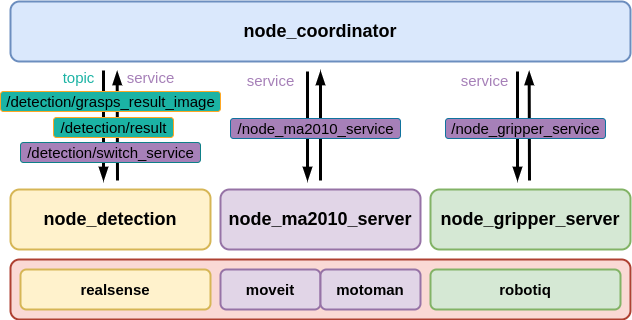
Before: images/architecture.png, a diagram exported from draw.io (ryanreadbooks/motoman_robotiq_grasping). Source tidied: cells renumbered, new cells last; positions are measured from the earlier drawing's top-left corner, leaving out a move shared by most shapes. The source it was exported from:
```xml
<mxGraphModel background="#FFFFFF">
  <root>
    <mxCell id="0" />
    <mxCell id="1" parent="0" />
    <mxCell id="2" style="endArrow=blockThin;html=1;fontSize=15;strokeWidth=3;endFill=1;jumpStyle=none;" parent="1" edge="1">
      <mxGeometry relative="1" as="geometry">
        <mxPoint x="103" y="69" as="sourcePoint" />
        <mxPoint x="103" y="179" as="targetPoint" />
        <Array as="points">
          <mxPoint x="103" y="118" />
        </Array>
      </mxGeometry>
    </mxCell>
    <mxCell id="3" value="node_coordinator" style="rounded=1;whiteSpace=wrap;html=1;strokeWidth=2;fontSize=18;fontStyle=1;fillColor=#dae8fc;strokeColor=#6c8ebf;" parent="1" vertex="1">
      <mxGeometry x="10" width="620" height="60" as="geometry" />
    </mxCell>
    <mxCell id="4" value="node_gripper_server" style="rounded=1;whiteSpace=wrap;html=1;strokeWidth=2;fontSize=18;fontStyle=1;fillColor=#d5e8d4;strokeColor=#82b366;" parent="1" vertex="1">
      <mxGeometry x="430" y="188" width="200" height="60" as="geometry" />
    </mxCell>
    <mxCell id="5" value="node_detection" style="rounded=1;whiteSpace=wrap;html=1;strokeWidth=2;fontSize=18;fontStyle=1;fillColor=#fff2cc;strokeColor=#d6b656;" parent="1" vertex="1">
      <mxGeometry x="10" y="188" width="200" height="60" as="geometry" />
    </mxCell>
    <mxCell id="6" value="node_ma2010_server" style="rounded=1;whiteSpace=wrap;html=1;strokeWidth=2;fontSize=18;fontStyle=1;fillColor=#e1d5e7;strokeColor=#9673a6;" parent="1" vertex="1">
      <mxGeometry x="220" y="188" width="200" height="60" as="geometry" />
    </mxCell>
    <mxCell id="7" style="rounded=1;whiteSpace=wrap;html=1;strokeWidth=2;fontSize=18;fontStyle=1;fillColor=#fad9d5;strokeColor=#ae4132;" parent="1" vertex="1">
      <mxGeometry x="10" y="258" width="620" height="60" as="geometry" />
    </mxCell>
    <mxCell id="8" value="realsense" style="rounded=1;whiteSpace=wrap;html=1;fontSize=15;fontStyle=1;strokeWidth=2;fillColor=#fff2cc;strokeColor=#d6b656;" parent="1" vertex="1">
      <mxGeometry x="20" y="268" width="190" height="40" as="geometry" />
    </mxCell>
    <mxCell id="9" value="moveit" style="rounded=1;whiteSpace=wrap;html=1;fontSize=15;fontStyle=1;strokeWidth=2;fillColor=#e1d5e7;strokeColor=#9673a6;" parent="1" vertex="1">
      <mxGeometry x="220" y="268" width="100" height="40" as="geometry" />
    </mxCell>
    <mxCell id="10" value="motoman" style="rounded=1;whiteSpace=wrap;html=1;fontSize=15;fontStyle=1;strokeWidth=2;fillColor=#e1d5e7;strokeColor=#9673a6;" parent="1" vertex="1">
      <mxGeometry x="320" y="268" width="100" height="40" as="geometry" />
    </mxCell>
    <mxCell id="11" value="robotiq" style="rounded=1;whiteSpace=wrap;html=1;fontSize=15;fontStyle=1;strokeWidth=2;fillColor=#d5e8d4;strokeColor=#82b366;" parent="1" vertex="1">
      <mxGeometry x="430" y="268" width="190" height="40" as="geometry" />
    </mxCell>
    <mxCell id="12" style="endArrow=blockThin;html=1;fontSize=15;strokeWidth=3;endFill=1;" parent="1" edge="1">
      <mxGeometry relative="1" as="geometry">
        <mxPoint x="117" y="179" as="sourcePoint" />
        <mxPoint x="116.7" y="70" as="targetPoint" />
      </mxGeometry>
    </mxCell>
    <mxCell id="13" style="endArrow=blockThin;html=1;fontSize=15;strokeWidth=3;endFill=1;" parent="1" edge="1">
      <mxGeometry relative="1" as="geometry">
        <mxPoint x="320" y="179" as="sourcePoint" />
        <mxPoint x="320" y="70" as="targetPoint" />
      </mxGeometry>
    </mxCell>
    <mxCell id="14" style="endArrow=blockThin;html=1;fontSize=15;strokeWidth=3;endFill=1;" parent="1" edge="1">
      <mxGeometry relative="1" as="geometry">
        <mxPoint x="529" y="179" as="sourcePoint" />
        <mxPoint x="528.7" y="70" as="targetPoint" />
      </mxGeometry>
    </mxCell>
    <mxCell id="15" style="endArrow=blockThin;html=1;fontSize=15;strokeWidth=3;endFill=1;jumpStyle=none;" parent="1" edge="1">
      <mxGeometry relative="1" as="geometry">
        <mxPoint x="307" y="70" as="sourcePoint" />
        <mxPoint x="307" y="179" as="targetPoint" />
      </mxGeometry>
    </mxCell>
    <mxCell id="16" style="endArrow=blockThin;html=1;fontSize=15;strokeWidth=3;endFill=1;jumpStyle=none;" parent="1" edge="1">
      <mxGeometry relative="1" as="geometry">
        <mxPoint x="517" y="70" as="sourcePoint" />
        <mxPoint x="517" y="179" as="targetPoint" />
      </mxGeometry>
    </mxCell>
    <mxCell id="17" value="topic" style="text;html=1;align=center;verticalAlign=middle;strokeColor=none;fillColor=none;fontSize=15;labelBackgroundColor=none;fontColor=#1BB3A4;rounded=1;" parent="1" vertex="1">
      <mxGeometry x="53" y="66" width="50" height="20" as="geometry" />
    </mxCell>
    <mxCell id="18" value="service" style="text;html=1;align=center;verticalAlign=middle;strokeColor=none;fillColor=none;fontSize=15;fontColor=#A680B8;rounded=1;" parent="1" vertex="1">
      <mxGeometry x="240" y="69" width="60" height="20" as="geometry" />
    </mxCell>
    <mxCell id="19" value="service" style="text;html=1;align=center;verticalAlign=middle;strokeColor=none;fillColor=none;fontSize=15;fontColor=#A680B8;rounded=1;" parent="1" vertex="1">
      <mxGeometry x="454" y="69" width="60" height="20" as="geometry" />
    </mxCell>
    <mxCell id="20" value="/node_ma2010_service" style="text;html=1;align=center;verticalAlign=middle;strokeColor=#10739e;fillColor=#A680B8;fontSize=15;gradientColor=none;rounded=1;" parent="1" vertex="1">
      <mxGeometry x="230" y="117" width="170" height="20" as="geometry" />
    </mxCell>
    <mxCell id="21" value="/node_gripper_service" style="text;html=1;align=center;verticalAlign=middle;strokeColor=#10739e;fillColor=#A680B8;fontSize=15;rounded=1;" parent="1" vertex="1">
      <mxGeometry x="445" y="117" width="160" height="20" as="geometry" />
    </mxCell>
    <mxCell id="22" value="/detection/grasps_result_image" style="text;html=1;align=center;verticalAlign=middle;strokeColor=#FFA724;fillColor=#1BB3A4;fontSize=15;rounded=1;" parent="1" vertex="1">
      <mxGeometry y="90" width="220" height="20" as="geometry" />
    </mxCell>
    <mxCell id="23" value="/detection/result" style="text;html=1;align=center;verticalAlign=middle;strokeColor=#FFA724;fillColor=#1BB3A4;fontSize=15;rounded=1;" parent="1" vertex="1">
      <mxGeometry x="53" y="116" width="120" height="20" as="geometry" />
    </mxCell>
    <mxCell id="24" value="/detection/switch_service" style="text;html=1;align=center;verticalAlign=middle;strokeColor=#0E8088;fillColor=#A680B8;fontSize=15;fontColor=#000000;rounded=1;" parent="1" vertex="1">
      <mxGeometry x="20" y="141" width="180" height="20" as="geometry" />
    </mxCell>
    <mxCell id="25" value="service" style="text;html=1;align=center;verticalAlign=middle;strokeColor=none;fillColor=none;fontSize=15;fontColor=#A680B8;rounded=1;" parent="1" vertex="1">
      <mxGeometry x="120" y="66" width="60" height="20" as="geometry" />
    </mxCell>
  </root>
</mxGraphModel>
```
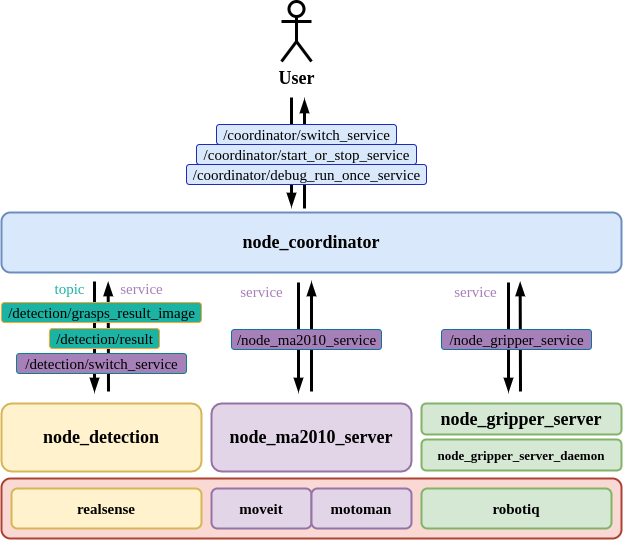
Above is the later version.

What changed in the source:
```diff
@@ -2,7 +2,19 @@
   <root>
     <mxCell id="0" />
     <mxCell id="1" parent="0" />
+    <mxCell id="26" style="endArrow=blockThin;html=1;fontSize=15;strokeWidth=3;endFill=1;fontFamily=Times New Roman;" parent="1" edge="1">
+      <mxGeometry relative="1" as="geometry">
+        <mxPoint x="313" y="-4" as="sourcePoint" />
+        <mxPoint x="313" y="-113" as="targetPoint" />
+      </mxGeometry>
+    </mxCell>
+    <mxCell id="27" style="endArrow=blockThin;html=1;fontSize=15;strokeWidth=3;endFill=1;jumpStyle=none;fontFamily=Times New Roman;" parent="1" edge="1">
+      <mxGeometry relative="1" as="geometry">
+        <mxPoint x="300" y="-115" as="sourcePoint" />
+        <mxPoint x="300" y="-6" as="targetPoint" />
+      </mxGeometry>
+    </mxCell>
-    <mxCell id="2" style="endArrow=blockThin;html=1;fontSize=15;strokeWidth=3;endFill=1;jumpStyle=none;" parent="1" edge="1">
+    <mxCell id="2" style="endArrow=blockThin;html=1;fontSize=15;strokeWidth=3;endFill=1;jumpStyle=none;fontFamily=Times New Roman;" parent="1" edge="1">
       <mxGeometry relative="1" as="geometry">
         <mxPoint x="103" y="69" as="sourcePoint" />
         <mxPoint x="103" y="179" as="targetPoint" />
@@ -11,89 +23,104 @@
         </Array>
       </mxGeometry>
     </mxCell>
-    <mxCell id="3" value="node_coordinator" style="rounded=1;whiteSpace=wrap;html=1;strokeWidth=2;fontSize=18;fontStyle=1;fillColor=#dae8fc;strokeColor=#6c8ebf;" parent="1" vertex="1">
+    <mxCell id="3" value="node_coordinator" style="rounded=1;whiteSpace=wrap;html=1;strokeWidth=2;fontSize=18;fontStyle=1;fillColor=#dae8fc;strokeColor=#6c8ebf;fontFamily=Times New Roman;" parent="1" vertex="1">
       <mxGeometry x="10" width="620" height="60" as="geometry" />
     </mxCell>
-    <mxCell id="4" value="node_gripper_server" style="rounded=1;whiteSpace=wrap;html=1;strokeWidth=2;fontSize=18;fontStyle=1;fillColor=#d5e8d4;strokeColor=#82b366;" parent="1" vertex="1">
-      <mxGeometry x="430" y="188" width="200" height="60" as="geometry" />
+    <mxCell id="4" value="node_gripper_server" style="rounded=1;whiteSpace=wrap;html=1;strokeWidth=2;fontSize=18;fontStyle=1;fillColor=#d5e8d4;strokeColor=#82b366;fontFamily=Times New Roman;" parent="1" vertex="1">
+      <mxGeometry x="430" y="191" width="200" height="31" as="geometry" />
     </mxCell>
-    <mxCell id="5" value="node_detection" style="rounded=1;whiteSpace=wrap;html=1;strokeWidth=2;fontSize=18;fontStyle=1;fillColor=#fff2cc;strokeColor=#d6b656;" parent="1" vertex="1">
-      <mxGeometry x="10" y="188" width="200" height="60" as="geometry" />
+    <mxCell id="5" value="node_detection" style="rounded=1;whiteSpace=wrap;html=1;strokeWidth=2;fontSize=18;fontStyle=1;fillColor=#fff2cc;strokeColor=#d6b656;fontFamily=Times New Roman;" parent="1" vertex="1">
+      <mxGeometry x="10" y="191" width="200" height="68" as="geometry" />
     </mxCell>
-    <mxCell id="6" value="node_ma2010_server" style="rounded=1;whiteSpace=wrap;html=1;strokeWidth=2;fontSize=18;fontStyle=1;fillColor=#e1d5e7;strokeColor=#9673a6;" parent="1" vertex="1">
-      <mxGeometry x="220" y="188" width="200" height="60" as="geometry" />
+    <mxCell id="6" value="node_ma2010_server" style="rounded=1;whiteSpace=wrap;html=1;strokeWidth=2;fontSize=18;fontStyle=1;fillColor=#e1d5e7;strokeColor=#9673a6;fontFamily=Times New Roman;" parent="1" vertex="1">
+      <mxGeometry x="220" y="191" width="200" height="68" as="geometry" />
     </mxCell>
-    <mxCell id="7" style="rounded=1;whiteSpace=wrap;html=1;strokeWidth=2;fontSize=18;fontStyle=1;fillColor=#fad9d5;strokeColor=#ae4132;" parent="1" vertex="1">
-      <mxGeometry x="10" y="258" width="620" height="60" as="geometry" />
+    <mxCell id="7" style="rounded=1;whiteSpace=wrap;html=1;strokeWidth=2;fontSize=18;fontStyle=1;fillColor=#fad9d5;strokeColor=#ae4132;fontFamily=Times New Roman;" parent="1" vertex="1">
+      <mxGeometry x="10" y="266" width="620" height="60" as="geometry" />
     </mxCell>
-    <mxCell id="8" value="realsense" style="rounded=1;whiteSpace=wrap;html=1;fontSize=15;fontStyle=1;strokeWidth=2;fillColor=#fff2cc;strokeColor=#d6b656;" parent="1" vertex="1">
-      <mxGeometry x="20" y="268" width="190" height="40" as="geometry" />
+    <mxCell id="8" value="realsense" style="rounded=1;whiteSpace=wrap;html=1;fontSize=15;fontStyle=1;strokeWidth=2;fillColor=#fff2cc;strokeColor=#d6b656;fontFamily=Times New Roman;" parent="1" vertex="1">
+      <mxGeometry x="20" y="276" width="190" height="40" as="geometry" />
     </mxCell>
-    <mxCell id="9" value="moveit" style="rounded=1;whiteSpace=wrap;html=1;fontSize=15;fontStyle=1;strokeWidth=2;fillColor=#e1d5e7;strokeColor=#9673a6;" parent="1" vertex="1">
-      <mxGeometry x="220" y="268" width="100" height="40" as="geometry" />
+    <mxCell id="9" value="moveit" style="rounded=1;whiteSpace=wrap;html=1;fontSize=15;fontStyle=1;strokeWidth=2;fillColor=#e1d5e7;strokeColor=#9673a6;fontFamily=Times New Roman;" parent="1" vertex="1">
+      <mxGeometry x="220" y="276" width="100" height="40" as="geometry" />
     </mxCell>
-    <mxCell id="10" value="motoman" style="rounded=1;whiteSpace=wrap;html=1;fontSize=15;fontStyle=1;strokeWidth=2;fillColor=#e1d5e7;strokeColor=#9673a6;" parent="1" vertex="1">
-      <mxGeometry x="320" y="268" width="100" height="40" as="geometry" />
+    <mxCell id="10" value="motoman" style="rounded=1;whiteSpace=wrap;html=1;fontSize=15;fontStyle=1;strokeWidth=2;fillColor=#e1d5e7;strokeColor=#9673a6;fontFamily=Times New Roman;" parent="1" vertex="1">
+      <mxGeometry x="320" y="276" width="100" height="40" as="geometry" />
     </mxCell>
-    <mxCell id="11" value="robotiq" style="rounded=1;whiteSpace=wrap;html=1;fontSize=15;fontStyle=1;strokeWidth=2;fillColor=#d5e8d4;strokeColor=#82b366;" parent="1" vertex="1">
-      <mxGeometry x="430" y="268" width="190" height="40" as="geometry" />
+    <mxCell id="11" value="robotiq" style="rounded=1;whiteSpace=wrap;html=1;fontSize=15;fontStyle=1;strokeWidth=2;fillColor=#d5e8d4;strokeColor=#82b366;fontFamily=Times New Roman;" parent="1" vertex="1">
+      <mxGeometry x="430" y="276" width="190" height="40" as="geometry" />
     </mxCell>
-    <mxCell id="12" style="endArrow=blockThin;html=1;fontSize=15;strokeWidth=3;endFill=1;" parent="1" edge="1">
+    <mxCell id="12" style="endArrow=blockThin;html=1;fontSize=15;strokeWidth=3;endFill=1;fontFamily=Times New Roman;" parent="1" edge="1">
       <mxGeometry relative="1" as="geometry">
         <mxPoint x="117" y="179" as="sourcePoint" />
         <mxPoint x="116.7" y="70" as="targetPoint" />
       </mxGeometry>
     </mxCell>
-    <mxCell id="13" style="endArrow=blockThin;html=1;fontSize=15;strokeWidth=3;endFill=1;" parent="1" edge="1">
+    <mxCell id="13" style="endArrow=blockThin;html=1;fontSize=15;strokeWidth=3;endFill=1;fontFamily=Times New Roman;" parent="1" edge="1">
       <mxGeometry relative="1" as="geometry">
         <mxPoint x="320" y="179" as="sourcePoint" />
         <mxPoint x="320" y="70" as="targetPoint" />
       </mxGeometry>
     </mxCell>
-    <mxCell id="14" style="endArrow=blockThin;html=1;fontSize=15;strokeWidth=3;endFill=1;" parent="1" edge="1">
+    <mxCell id="14" style="endArrow=blockThin;html=1;fontSize=15;strokeWidth=3;endFill=1;fontFamily=Times New Roman;" parent="1" edge="1">
       <mxGeometry relative="1" as="geometry">
         <mxPoint x="529" y="179" as="sourcePoint" />
         <mxPoint x="528.7" y="70" as="targetPoint" />
       </mxGeometry>
     </mxCell>
-    <mxCell id="15" style="endArrow=blockThin;html=1;fontSize=15;strokeWidth=3;endFill=1;jumpStyle=none;" parent="1" edge="1">
+    <mxCell id="15" style="endArrow=blockThin;html=1;fontSize=15;strokeWidth=3;endFill=1;jumpStyle=none;fontFamily=Times New Roman;" parent="1" edge="1">
       <mxGeometry relative="1" as="geometry">
         <mxPoint x="307" y="70" as="sourcePoint" />
         <mxPoint x="307" y="179" as="targetPoint" />
       </mxGeometry>
     </mxCell>
-    <mxCell id="16" style="endArrow=blockThin;html=1;fontSize=15;strokeWidth=3;endFill=1;jumpStyle=none;" parent="1" edge="1">
+    <mxCell id="16" style="endArrow=blockThin;html=1;fontSize=15;strokeWidth=3;endFill=1;jumpStyle=none;fontFamily=Times New Roman;" parent="1" edge="1">
       <mxGeometry relative="1" as="geometry">
         <mxPoint x="517" y="70" as="sourcePoint" />
         <mxPoint x="517" y="179" as="targetPoint" />
       </mxGeometry>
     </mxCell>
-    <mxCell id="17" value="topic" style="text;html=1;align=center;verticalAlign=middle;strokeColor=none;fillColor=none;fontSize=15;labelBackgroundColor=none;fontColor=#1BB3A4;rounded=1;" parent="1" vertex="1">
+    <mxCell id="17" value="topic" style="text;html=1;align=center;verticalAlign=middle;strokeColor=none;fillColor=none;fontSize=15;labelBackgroundColor=none;fontColor=#1BB3A4;rounded=1;fontFamily=Times New Roman;" parent="1" vertex="1">
       <mxGeometry x="53" y="66" width="50" height="20" as="geometry" />
     </mxCell>
-    <mxCell id="18" value="service" style="text;html=1;align=center;verticalAlign=middle;strokeColor=none;fillColor=none;fontSize=15;fontColor=#A680B8;rounded=1;" parent="1" vertex="1">
+    <mxCell id="18" value="service" style="text;html=1;align=center;verticalAlign=middle;strokeColor=none;fillColor=none;fontSize=15;fontColor=#A680B8;rounded=1;fontFamily=Times New Roman;" parent="1" vertex="1">
       <mxGeometry x="240" y="69" width="60" height="20" as="geometry" />
     </mxCell>
-    <mxCell id="19" value="service" style="text;html=1;align=center;verticalAlign=middle;strokeColor=none;fillColor=none;fontSize=15;fontColor=#A680B8;rounded=1;" parent="1" vertex="1">
+    <mxCell id="19" value="service" style="text;html=1;align=center;verticalAlign=middle;strokeColor=none;fillColor=none;fontSize=15;fontColor=#A680B8;rounded=1;fontFamily=Times New Roman;" parent="1" vertex="1">
       <mxGeometry x="454" y="69" width="60" height="20" as="geometry" />
     </mxCell>
-    <mxCell id="20" value="/node_ma2010_service" style="text;html=1;align=center;verticalAlign=middle;strokeColor=#10739e;fillColor=#A680B8;fontSize=15;gradientColor=none;rounded=1;" parent="1" vertex="1">
-      <mxGeometry x="230" y="117" width="170" height="20" as="geometry" />
+    <mxCell id="20" value="/node_ma2010_service" style="text;html=1;align=center;verticalAlign=middle;strokeColor=#10739e;fillColor=#A680B8;fontSize=15;gradientColor=none;rounded=1;fontFamily=Times New Roman;" parent="1" vertex="1">
+      <mxGeometry x="240" y="117" width="150" height="20" as="geometry" />
     </mxCell>
-    <mxCell id="21" value="/node_gripper_service" style="text;html=1;align=center;verticalAlign=middle;strokeColor=#10739e;fillColor=#A680B8;fontSize=15;rounded=1;" parent="1" vertex="1">
-      <mxGeometry x="445" y="117" width="160" height="20" as="geometry" />
+    <mxCell id="21" value="/node_gripper_service" style="text;html=1;align=center;verticalAlign=middle;strokeColor=#10739e;fillColor=#A680B8;fontSize=15;rounded=1;fontFamily=Times New Roman;" parent="1" vertex="1">
+      <mxGeometry x="450" y="117" width="150" height="20" as="geometry" />
     </mxCell>
-    <mxCell id="22" value="/detection/grasps_result_image" style="text;html=1;align=center;verticalAlign=middle;strokeColor=#FFA724;fillColor=#1BB3A4;fontSize=15;rounded=1;" parent="1" vertex="1">
-      <mxGeometry y="90" width="220" height="20" as="geometry" />
+    <mxCell id="22" value="/detection/grasps_result_image" style="text;html=1;align=center;verticalAlign=middle;strokeColor=#FFA724;fillColor=#1BB3A4;fontSize=15;rounded=1;fontFamily=Times New Roman;" parent="1" vertex="1">
+      <mxGeometry x="10" y="90" width="200" height="20" as="geometry" />
     </mxCell>
-    <mxCell id="23" value="/detection/result" style="text;html=1;align=center;verticalAlign=middle;strokeColor=#FFA724;fillColor=#1BB3A4;fontSize=15;rounded=1;" parent="1" vertex="1">
-      <mxGeometry x="53" y="116" width="120" height="20" as="geometry" />
+    <mxCell id="23" value="/detection/result" style="text;html=1;align=center;verticalAlign=middle;strokeColor=#FFA724;fillColor=#1BB3A4;fontSize=15;rounded=1;fontFamily=Times New Roman;" parent="1" vertex="1">
+      <mxGeometry x="58" y="116" width="110" height="20" as="geometry" />
     </mxCell>
-    <mxCell id="24" value="/detection/switch_service" style="text;html=1;align=center;verticalAlign=middle;strokeColor=#0E8088;fillColor=#A680B8;fontSize=15;fontColor=#000000;rounded=1;" parent="1" vertex="1">
-      <mxGeometry x="20" y="141" width="180" height="20" as="geometry" />
+    <mxCell id="24" value="/detection/switch_service" style="text;html=1;align=center;verticalAlign=middle;strokeColor=#0E8088;fillColor=#A680B8;fontSize=15;fontColor=#000000;rounded=1;fontFamily=Times New Roman;" parent="1" vertex="1">
+      <mxGeometry x="25" y="141" width="170" height="20" as="geometry" />
     </mxCell>
-    <mxCell id="25" value="service" style="text;html=1;align=center;verticalAlign=middle;strokeColor=none;fillColor=none;fontSize=15;fontColor=#A680B8;rounded=1;" parent="1" vertex="1">
+    <mxCell id="25" value="service" style="text;html=1;align=center;verticalAlign=middle;strokeColor=none;fillColor=none;fontSize=15;fontColor=#A680B8;rounded=1;fontFamily=Times New Roman;" parent="1" vertex="1">
       <mxGeometry x="120" y="66" width="60" height="20" as="geometry" />
     </mxCell>
+    <mxCell id="28" value="node_gripper_server_daemon" style="rounded=1;whiteSpace=wrap;html=1;strokeWidth=2;fontSize=13;fontStyle=1;fillColor=#d5e8d4;strokeColor=#82b366;fontFamily=Times New Roman;" parent="1" vertex="1">
+      <mxGeometry x="430" y="227" width="200" height="31" as="geometry" />
+    </mxCell>
+    <mxCell id="29" value="/coordinator/switch_service" style="text;html=1;align=center;verticalAlign=middle;strokeColor=#1F29BF;fillColor=#dae8fc;fontSize=15;rounded=1;fontFamily=Times New Roman;" parent="1" vertex="1">
+      <mxGeometry x="225" y="-88" width="180" height="20" as="geometry" />
+    </mxCell>
+    <mxCell id="30" value="/coordinator/start_or_stop_service" style="text;html=1;align=center;verticalAlign=middle;strokeColor=#1F29BF;fillColor=#dae8fc;fontSize=15;rounded=1;fontFamily=Times New Roman;" parent="1" vertex="1">
+      <mxGeometry x="205" y="-68" width="220" height="20" as="geometry" />
+    </mxCell>
+    <mxCell id="31" value="/coordinator/debug_run_once_service" style="text;html=1;align=center;verticalAlign=middle;strokeColor=#1F29BF;fillColor=#dae8fc;fontSize=15;rounded=1;fontFamily=Times New Roman;" parent="1" vertex="1">
+      <mxGeometry x="195" y="-48" width="240" height="20" as="geometry" />
+    </mxCell>
+    <mxCell id="32" value="&lt;b&gt;&lt;font style=&quot;font-size: 18px&quot;&gt;User&lt;/font&gt;&lt;/b&gt;" style="shape=umlActor;verticalLabelPosition=bottom;verticalAlign=top;html=1;rounded=1;fontSize=15;fontFamily=Times New Roman;gradientColor=none;strokeWidth=3;" parent="1" vertex="1">
+      <mxGeometry x="290" y="-211" width="30" height="60" as="geometry" />
+    </mxCell>
   </root>
 </mxGraphModel>
```
